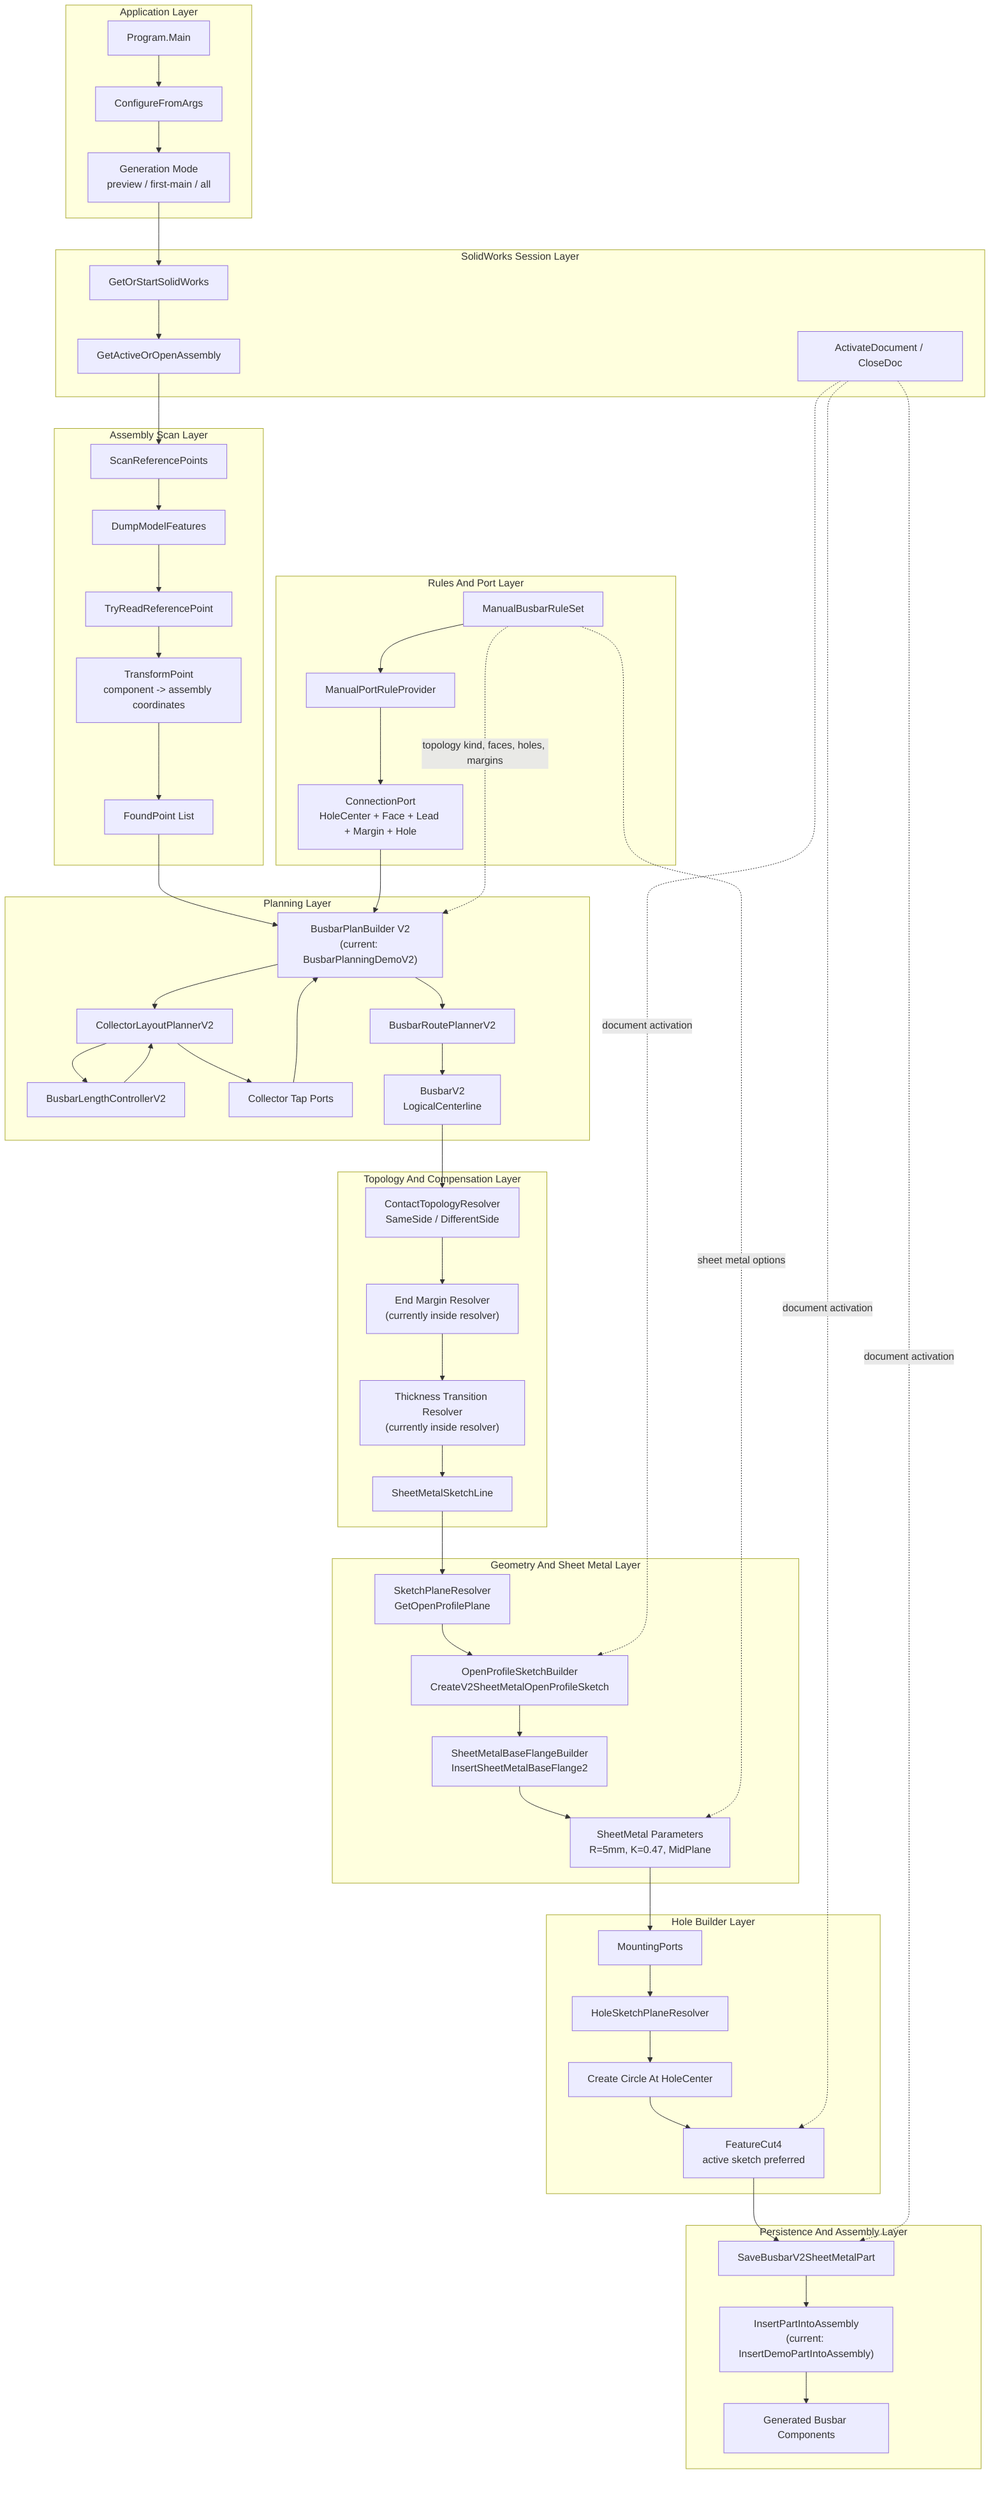
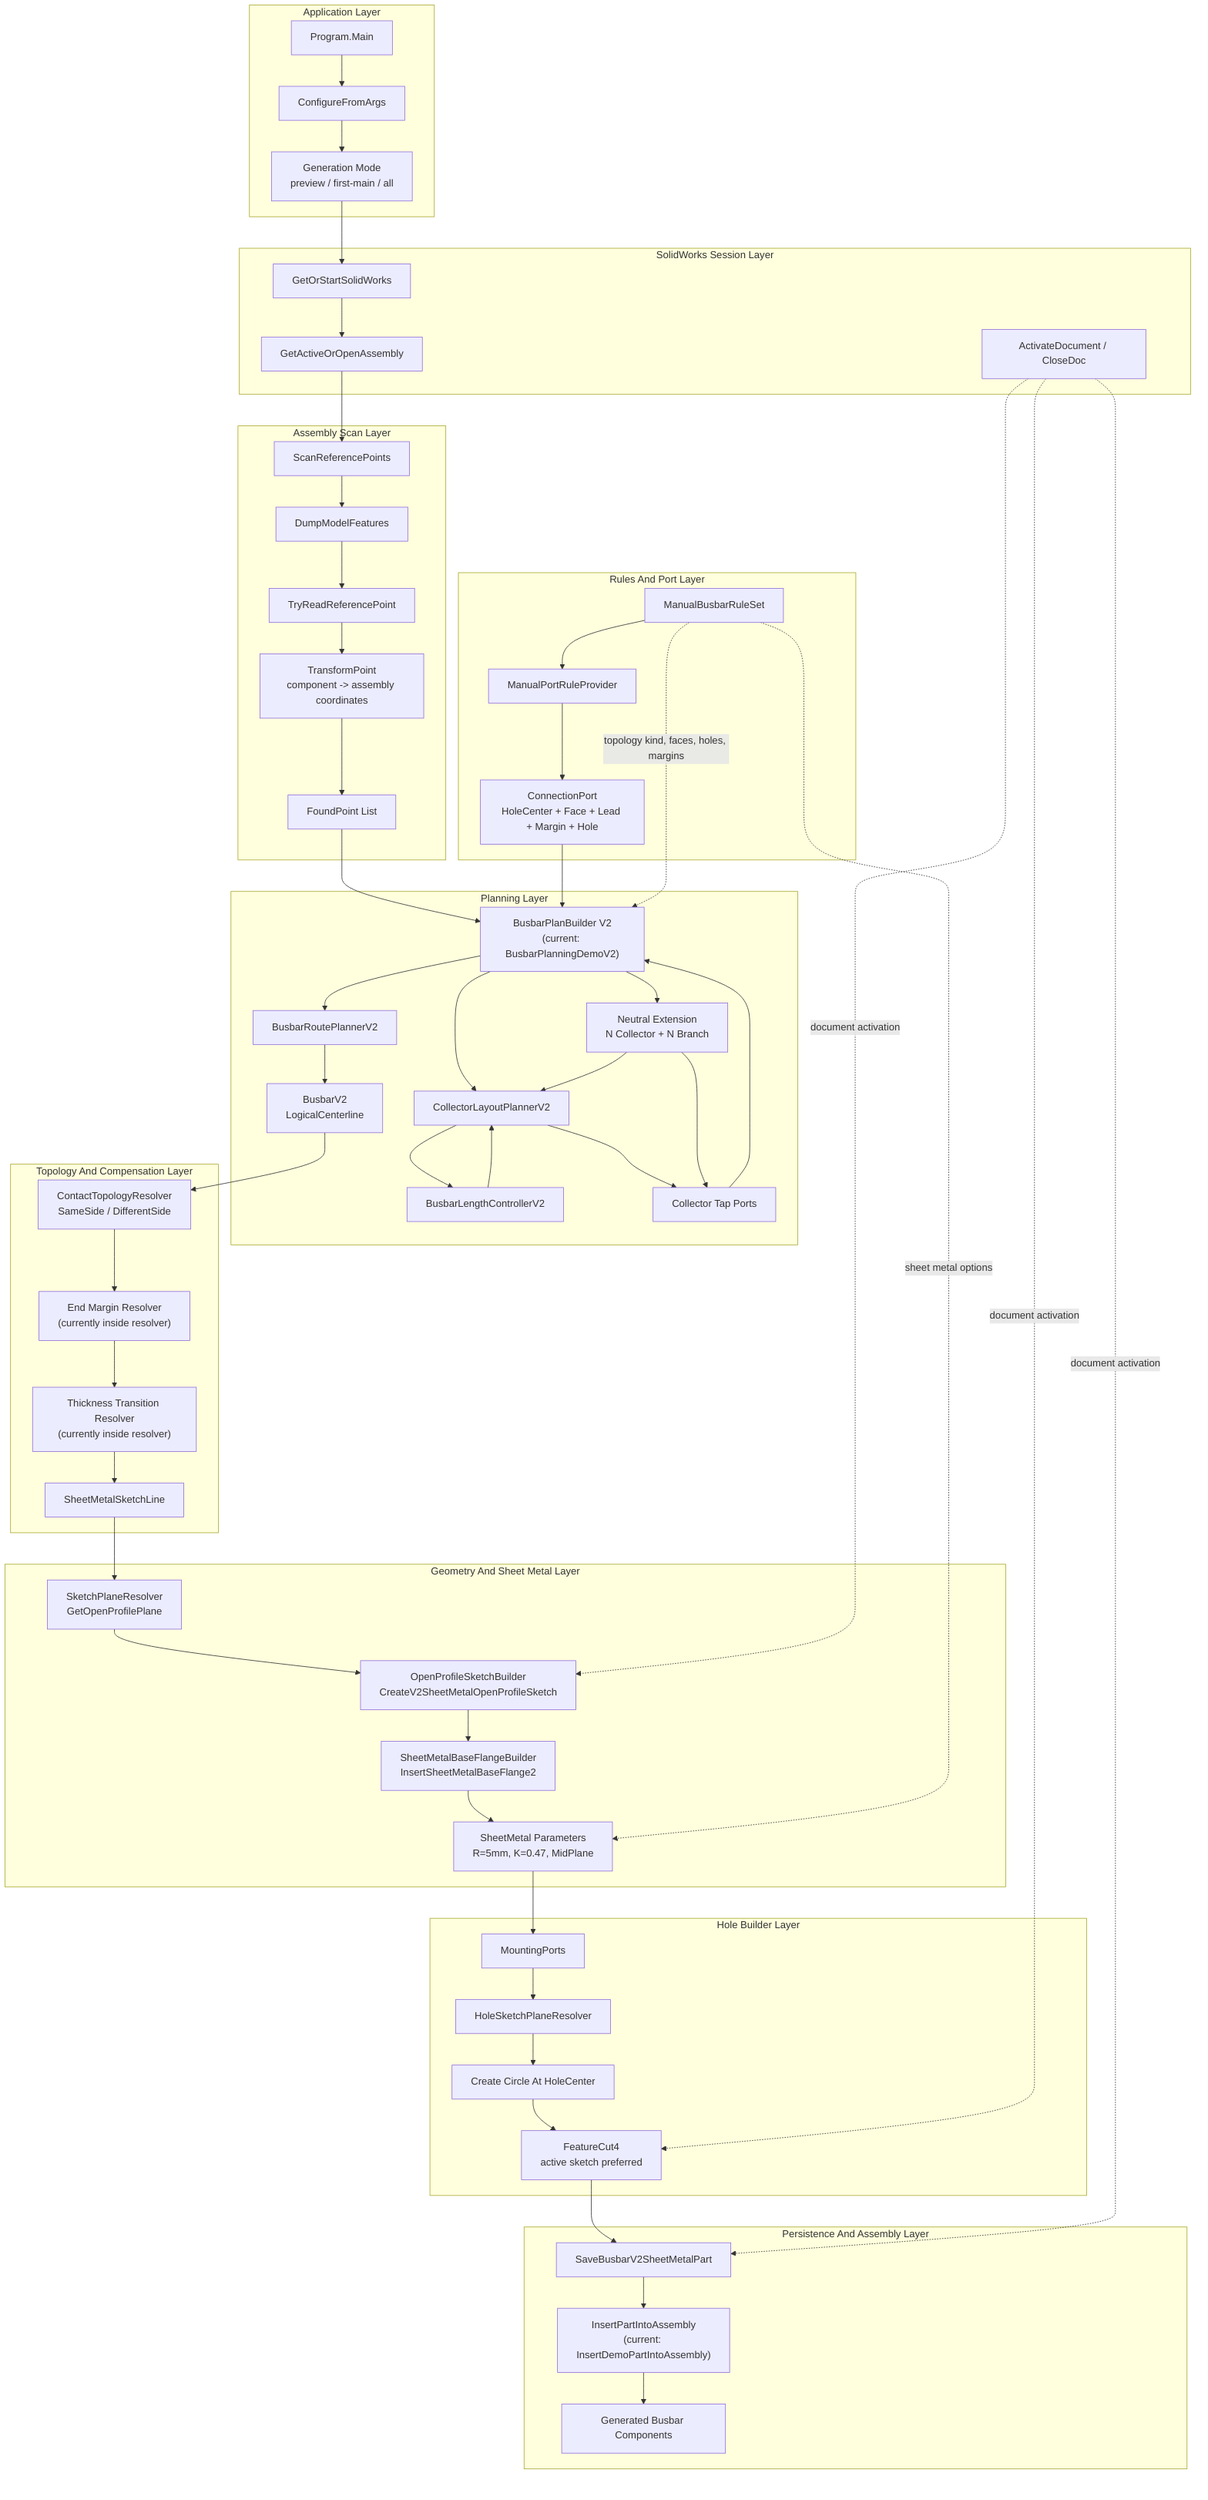
﻿flowchart TD
    subgraph L0["Application Layer"]
        A0["Program.Main"]
        A1["ConfigureFromArgs"]
        A2["Generation Mode<br/>preview / first-main / all"]
    end

    subgraph L1["SolidWorks Session Layer"]
        S0["GetOrStartSolidWorks"]
        S1["GetActiveOrOpenAssembly"]
        S2["ActivateDocument / CloseDoc"]
    end

    subgraph L2["Assembly Scan Layer"]
        SC0["ScanReferencePoints"]
        SC1["DumpModelFeatures"]
        SC2["TryReadReferencePoint"]
        SC3["TransformPoint<br/>component -> assembly coordinates"]
        FP["FoundPoint List"]
    end

    subgraph L3["Rules And Port Layer"]
        R0["ManualBusbarRuleSet"]
        R1["ManualPortRuleProvider"]
        P0["ConnectionPort<br/>HoleCenter + Face + Lead + Margin + Hole"]
    end

    subgraph L4["Planning Layer"]
        BP["BusbarPlanBuilder V2<br/>(current: BusbarPlanningDemoV2)"]
        CL["CollectorLayoutPlannerV2"]
        LC["BusbarLengthControllerV2"]
+         N0["Neutral Extension<br/>N Collector + N Branch"]
        TP["Collector Tap Ports"]
        RP["BusbarRoutePlannerV2"]
        B0["BusbarV2<br/>LogicalCenterline"]
    end

    subgraph L5["Topology And Compensation Layer"]
        T0["ContactTopologyResolver<br/>SameSide / DifferentSide"]
        C0["End Margin Resolver<br/>(currently inside resolver)"]
        C1["Thickness Transition Resolver<br/>(currently inside resolver)"]
        SM["SheetMetalSketchLine"]
    end

    subgraph L6["Geometry And Sheet Metal Layer"]
        G0["SketchPlaneResolver<br/>GetOpenProfilePlane"]
        G1["OpenProfileSketchBuilder<br/>CreateV2SheetMetalOpenProfileSketch"]
        G2["SheetMetalBaseFlangeBuilder<br/>InsertSheetMetalBaseFlange2"]
        G3["SheetMetal Parameters<br/>R=5mm, K=0.47, MidPlane"]
    end

    subgraph L7["Hole Builder Layer"]
        H0["MountingPorts"]
        H1["HoleSketchPlaneResolver"]
        H2["Create Circle At HoleCenter"]
        H3["FeatureCut4<br/>active sketch preferred"]
    end

    subgraph L8["Persistence And Assembly Layer"]
        F0["SaveBusbarV2SheetMetalPart"]
        F1["InsertPartIntoAssembly<br/>(current: InsertDemoPartIntoAssembly)"]
        F2["Generated Busbar Components"]
    end

    A0 --> A1 --> A2
    A2 --> S0 --> S1
    S1 --> SC0
    SC0 --> SC1 --> SC2 --> SC3 --> FP

    FP --> BP
    R0 --> R1
    R1 --> P0
    P0 --> BP
    BP --> CL
+     BP --> N0
    CL --> LC
    LC --> CL
    CL --> TP
+     N0 --> CL
+     N0 --> TP
    TP --> BP
    BP --> RP
    RP --> B0

    B0 --> T0
    T0 --> C0
    C0 --> C1
    C1 --> SM

    SM --> G0 --> G1 --> G2 --> G3
    G3 --> H0 --> H1 --> H2 --> H3
    H3 --> F0 --> F1 --> F2

    R0 -."topology kind, faces, holes, margins".-> BP
    R0 -."sheet metal options".-> G3
    S2 -."document activation".-> G1
    S2 -."document activation".-> H3
    S2 -."document activation".-> F0
